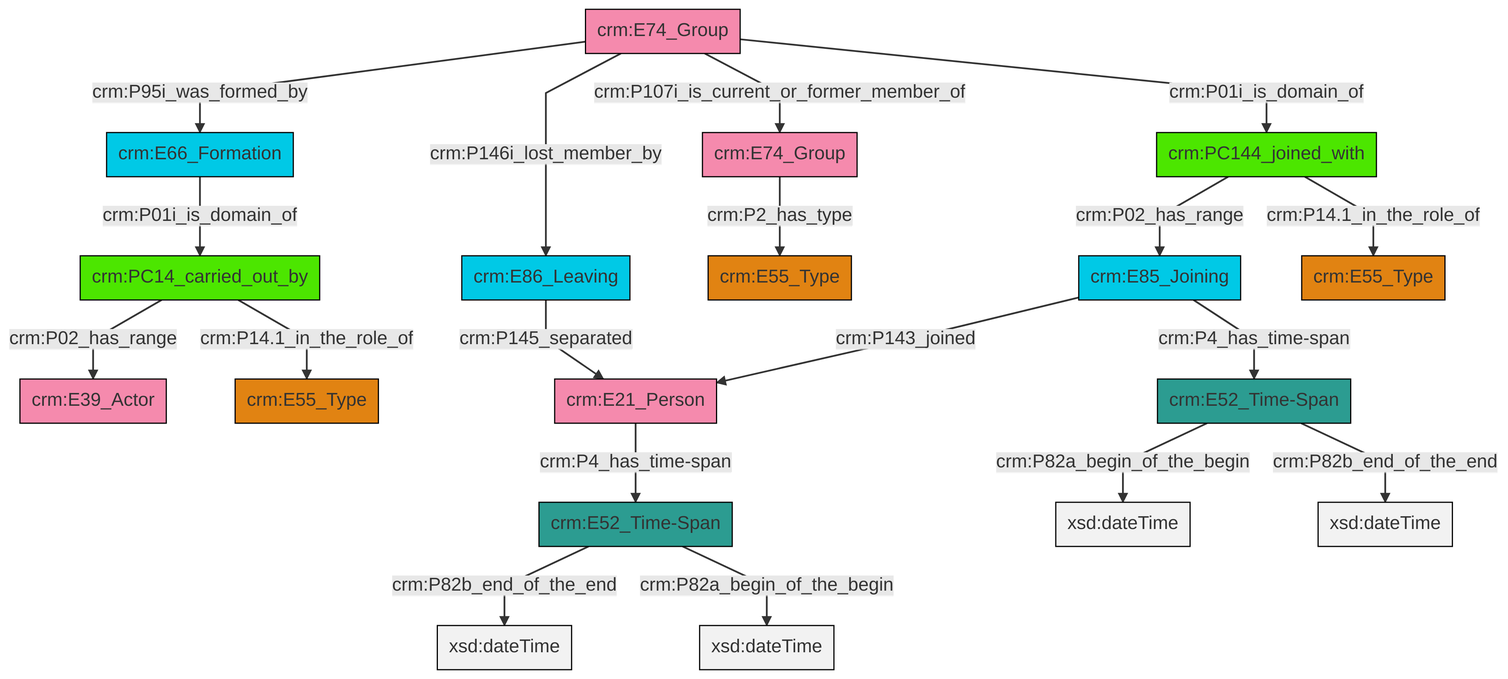
Earlier version of the Mermaid export et/groupCSV/ttl/mmd/png/group_actor_relations.png (swiss-art-research-net/docs.swissartresearch). Its source is kept beside it as et/groupCSV/ttl/mmd/group_actor_relations.ttl.mmd.
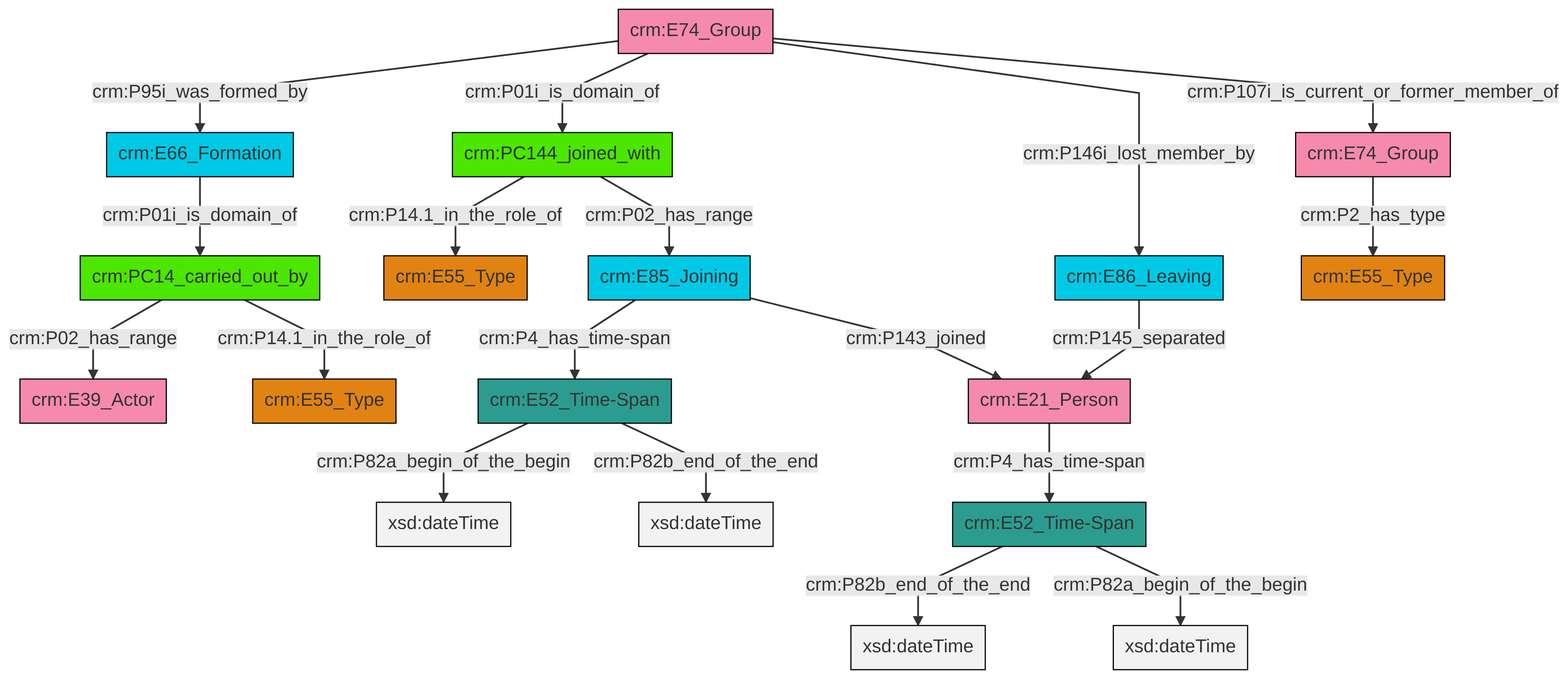
After the change.

The edit, as a diff of the source:
```diff
@@ -13,21 +13,21 @@
 classDef PC_Classes fill:#4ce600, stroke:#000000;
 classDef Multi fill:#cccccc,stroke:#000000;
 
-0["crm:PC14_carried_out_by"]:::PC_Classes -->|crm:P02_has_range| 1["crm:E39_Actor"]:::Actor
-0["crm:PC14_carried_out_by"]:::PC_Classes -->|crm:P14.1_in_the_role_of| 8["crm:E55_Type"]:::Type
-9["crm:E52_Time-Span"]:::Time-Span -->|crm:P82a_begin_of_the_begin| 10[xsd:dateTime]:::Literal
-6["crm:E74_Group"]:::Actor -->|crm:P146i_lost_member_by| 14["crm:E86_Leaving"]:::Temporal_Entity
-16["crm:PC144_joined_with"]:::PC_Classes -->|crm:P02_has_range| 4["crm:E85_Joining"]:::Temporal_Entity
-18["crm:E74_Group"]:::Actor -->|crm:P2_has_type| 11["crm:E55_Type"]:::Type
-19["crm:E21_Person"]:::Actor -->|crm:P4_has_time-span| 2["crm:E52_Time-Span"]:::Time-Span
-4["crm:E85_Joining"]:::Temporal_Entity -->|crm:P143_joined| 19["crm:E21_Person"]:::Actor
-9["crm:E52_Time-Span"]:::Time-Span -->|crm:P82b_end_of_the_end| 22[xsd:dateTime]:::Literal
-6["crm:E74_Group"]:::Actor -->|crm:P95i_was_formed_by| 23["crm:E66_Formation"]:::Temporal_Entity
-16["crm:PC144_joined_with"]:::PC_Classes -->|crm:P14.1_in_the_role_of| 24["crm:E55_Type"]:::Type
-23["crm:E66_Formation"]:::Temporal_Entity -->|crm:P01i_is_domain_of| 0["crm:PC14_carried_out_by"]:::PC_Classes
-6["crm:E74_Group"]:::Actor -->|crm:P01i_is_domain_of| 16["crm:PC144_joined_with"]:::PC_Classes
-4["crm:E85_Joining"]:::Temporal_Entity -->|crm:P4_has_time-span| 9["crm:E52_Time-Span"]:::Time-Span
-6["crm:E74_Group"]:::Actor -->|crm:P107i_is_current_or_former_member_of| 18["crm:E74_Group"]:::Actor
-14["crm:E86_Leaving"]:::Temporal_Entity -->|crm:P145_separated| 19["crm:E21_Person"]:::Actor
-2["crm:E52_Time-Span"]:::Time-Span -->|crm:P82b_end_of_the_end| 32[xsd:dateTime]:::Literal
-2["crm:E52_Time-Span"]:::Time-Span -->|crm:P82a_begin_of_the_begin| 34[xsd:dateTime]:::Literal
+2["crm:PC14_carried_out_by"]:::PC_Classes -->|crm:P02_has_range| 3["crm:E39_Actor"]:::Actor
+8["crm:E85_Joining"]:::Temporal_Entity -->|crm:P4_has_time-span| 0["crm:E52_Time-Span"]:::Time-Span
+0["crm:E52_Time-Span"]:::Time-Span -->|crm:P82a_begin_of_the_begin| 13[xsd:dateTime]:::Literal
+17["crm:PC144_joined_with"]:::PC_Classes -->|crm:P14.1_in_the_role_of| 14["crm:E55_Type"]:::Type
+19["crm:E52_Time-Span"]:::Time-Span -->|crm:P82b_end_of_the_end| 20[xsd:dateTime]:::Literal
+21["crm:E74_Group"]:::Actor -->|crm:P95i_was_formed_by| 6["crm:E66_Formation"]:::Temporal_Entity
+2["crm:PC14_carried_out_by"]:::PC_Classes -->|crm:P14.1_in_the_role_of| 4["crm:E55_Type"]:::Type
+17["crm:PC144_joined_with"]:::PC_Classes -->|crm:P02_has_range| 8["crm:E85_Joining"]:::Temporal_Entity
+21["crm:E74_Group"]:::Actor -->|crm:P01i_is_domain_of| 17["crm:PC144_joined_with"]:::PC_Classes
+11["crm:E86_Leaving"]:::Temporal_Entity -->|crm:P145_separated| 23["crm:E21_Person"]:::Actor
+19["crm:E52_Time-Span"]:::Time-Span -->|crm:P82a_begin_of_the_begin| 27[xsd:dateTime]:::Literal
+21["crm:E74_Group"]:::Actor -->|crm:P146i_lost_member_by| 11["crm:E86_Leaving"]:::Temporal_Entity
+28["crm:E74_Group"]:::Actor -->|crm:P2_has_type| 9["crm:E55_Type"]:::Type
+8["crm:E85_Joining"]:::Temporal_Entity -->|crm:P143_joined| 23["crm:E21_Person"]:::Actor
+23["crm:E21_Person"]:::Actor -->|crm:P4_has_time-span| 19["crm:E52_Time-Span"]:::Time-Span
+0["crm:E52_Time-Span"]:::Time-Span -->|crm:P82b_end_of_the_end| 29[xsd:dateTime]:::Literal
+6["crm:E66_Formation"]:::Temporal_Entity -->|crm:P01i_is_domain_of| 2["crm:PC14_carried_out_by"]:::PC_Classes
+21["crm:E74_Group"]:::Actor -->|crm:P107i_is_current_or_former_member_of| 28["crm:E74_Group"]:::Actor
```
